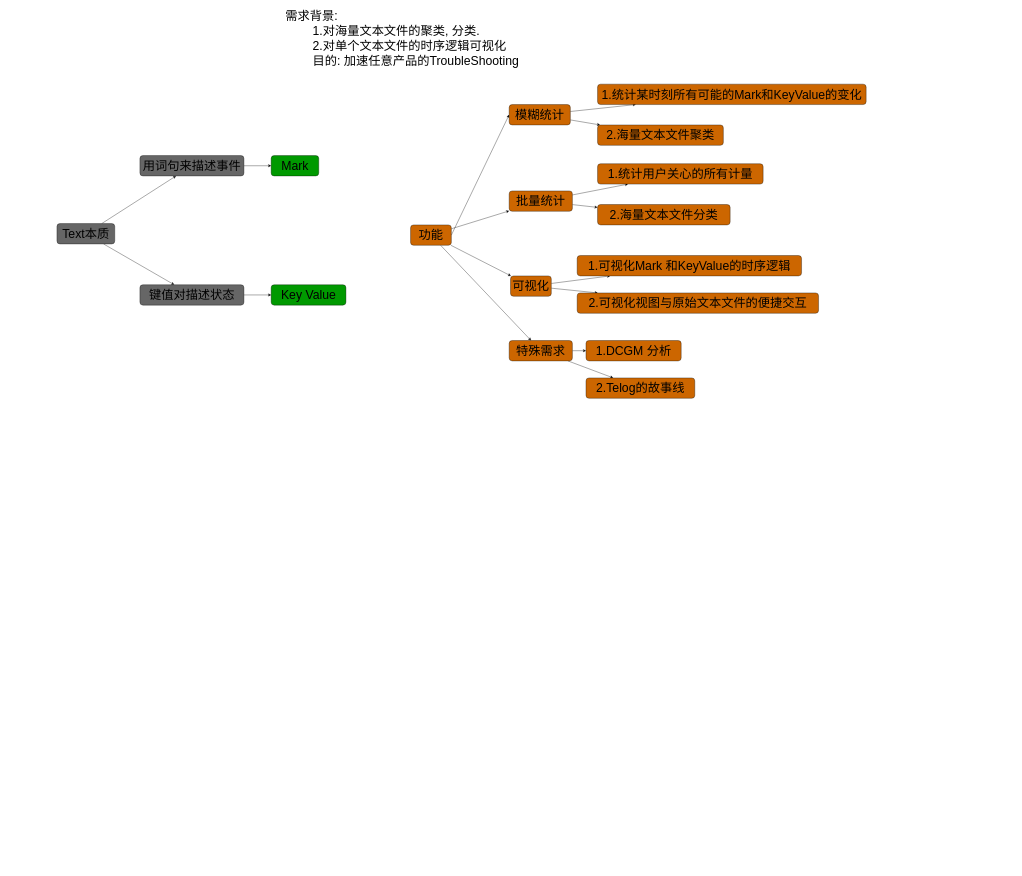
Before: page "Demand" (1 of 4) of requirement_analysis.drawio in dj-lei/eric_toolsets, a draw.io diagram. Source tidied: cells renumbered, new cells numbered last; positions are measured from the earlier drawing's top-left corner, leaving out a move shared by most shapes. Both pictures are drawn from the tidied source at 34%, with x=0, y=0 at pixel (57, 6).
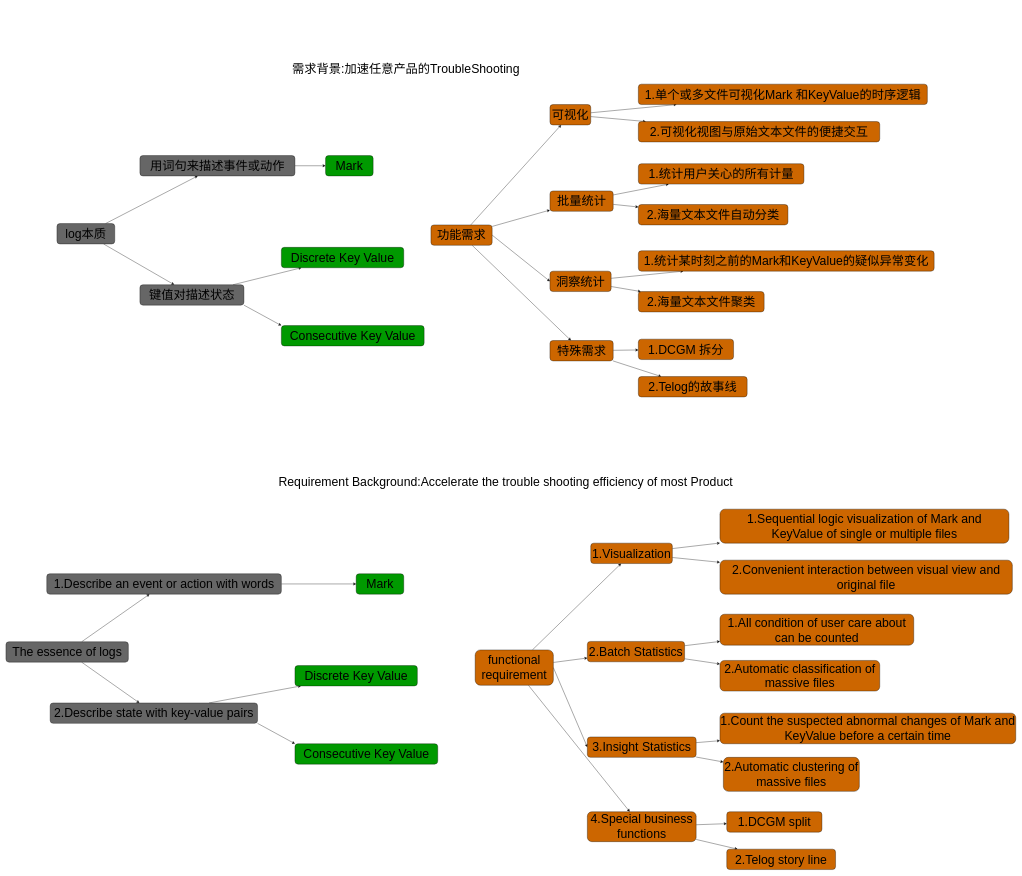
The same page after the edit.

Unchanged cells that the change refers to:
```xml
<mxCell id="34" value="键值对描述状态" style="rounded=1;whiteSpace=wrap;html=1;fontSize=36;fillColor=#666666;" parent="1" vertex="1">
  <mxGeometry x="244" y="820" width="306" height="60" as="geometry" />
</mxCell>
```

The edit, as a diff of the source:
```diff
@@
-    <mxCell id="2" value="&lt;font style=&quot;&quot;&gt;&lt;font style=&quot;font-size: 36px;&quot;&gt;需求背景:&lt;br&gt;&lt;span style=&quot;white-space: pre;&quot;&gt;&#9;&lt;/span&gt;1.对海量文本文件的聚类, 分类. &lt;br&gt;&lt;span style=&quot;white-space: pre;&quot;&gt;&#9;&lt;/span&gt;2.对单个文本文件的时序逻辑可视化&amp;nbsp; &lt;br&gt;&lt;span style=&quot;white-space: pre;&quot;&gt;&#9;&lt;/span&gt;目的: 加速任意产品的TroubleShooting&lt;/font&gt;&lt;br&gt;&lt;/font&gt;" style="text;html=1;align=left;verticalAlign=middle;strokeColor=none;fillColor=none;" parent="1" vertex="1">
-      <mxGeometry x="670" width="710" height="190" as="geometry" />
+    <mxCell id="2" value="&lt;font style=&quot;&quot;&gt;&lt;font style=&quot;font-size: 36px;&quot;&gt;需求背景:加速任意产品的TroubleShooting&lt;/font&gt;&lt;br&gt;&lt;/font&gt;" style="text;html=1;align=left;verticalAlign=middle;strokeColor=none;fillColor=none;" parent="1" vertex="1">
+      <mxGeometry x="690" y="155" width="690" height="60" as="geometry" />
     </mxCell>
@@
-    <mxCell id="7" value="功能" style="rounded=1;whiteSpace=wrap;html=1;fontSize=36;fillColor=#CC6600;" parent="1" vertex="1">
-      <mxGeometry x="1040" y="644" width="120" height="60" as="geometry" />
+    <mxCell id="7" value="功能需求" style="rounded=1;whiteSpace=wrap;html=1;fontSize=36;fillColor=#CC6600;" parent="1" vertex="1">
+      <mxGeometry x="1100" y="644" width="180" height="60" as="geometry" />
     </mxCell>
@@
-    <mxCell id="10" value="模糊统计" style="rounded=1;whiteSpace=wrap;html=1;fontSize=36;fillColor=#CC6600;" parent="1" vertex="1">
-      <mxGeometry x="1330" y="290" width="180" height="60" as="geometry" />
+    <mxCell id="10" value="洞察统计" style="rounded=1;whiteSpace=wrap;html=1;fontSize=36;fillColor=#CC6600;" parent="1" vertex="1">
+      <mxGeometry x="1450" y="780" width="180" height="60" as="geometry" />
     </mxCell>
     <mxCell id="11" value="2.海量文本文件聚类" style="rounded=1;whiteSpace=wrap;html=1;fontSize=36;fillColor=#CC6600;" parent="1" vertex="1">
-      <mxGeometry x="1590" y="350" width="370" height="60" as="geometry" />
+      <mxGeometry x="1710" y="840" width="370" height="60" as="geometry" />
     </mxCell>
-    <mxCell id="12" value="1.统计某时刻所有可能的Mark和KeyValue的变化" style="rounded=1;whiteSpace=wrap;html=1;fontSize=36;fillColor=#CC6600;" parent="1" vertex="1">
-      <mxGeometry x="1590" y="230" width="790" height="60" as="geometry" />
+    <mxCell id="12" value="1.统计某时刻之前的Mark和KeyValue的疑似异常变化" style="rounded=1;whiteSpace=wrap;html=1;fontSize=36;fillColor=#CC6600;" parent="1" vertex="1">
+      <mxGeometry x="1710" y="720" width="870" height="60" as="geometry" />
     </mxCell>
@@
     <mxCell id="15" value="批量统计" style="rounded=1;whiteSpace=wrap;html=1;fontSize=36;fillColor=#CC6600;" parent="1" vertex="1">
-      <mxGeometry x="1330" y="544" width="186" height="60" as="geometry" />
+      <mxGeometry x="1450" y="544" width="186" height="60" as="geometry" />
     </mxCell>
     <mxCell id="16" value="1.统计用户关心的所有计量" style="rounded=1;whiteSpace=wrap;html=1;fontSize=36;fillColor=#CC6600;" parent="1" vertex="1">
-      <mxGeometry x="1590" y="464" width="487" height="60" as="geometry" />
+      <mxGeometry x="1710" y="464" width="487" height="60" as="geometry" />
     </mxCell>
-    <mxCell id="17" value="2.海量文本文件分类" style="rounded=1;whiteSpace=wrap;html=1;fontSize=36;fillColor=#CC6600;" parent="1" vertex="1">
-      <mxGeometry x="1590" y="584" width="390" height="60" as="geometry" />
+    <mxCell id="17" value="2.海量文本文件自动分类" style="rounded=1;whiteSpace=wrap;html=1;fontSize=36;fillColor=#CC6600;" parent="1" vertex="1">
+      <mxGeometry x="1710" y="584" width="440" height="60" as="geometry" />
     </mxCell>
@@
     <mxCell id="20" value="可视化" style="rounded=1;whiteSpace=wrap;html=1;fontSize=36;fillColor=#CC6600;" parent="1" vertex="1">
-      <mxGeometry x="1334" y="794" width="120" height="60" as="geometry" />
+      <mxGeometry x="1450" y="290" width="120" height="60" as="geometry" />
     </mxCell>
-    <mxCell id="21" value="1.可视化Mark 和KeyValue的时序逻辑" style="rounded=1;whiteSpace=wrap;html=1;fontSize=36;fillColor=#CC6600;" parent="1" vertex="1">
-      <mxGeometry x="1530" y="734" width="660" height="60" as="geometry" />
+    <mxCell id="21" value="1.单个或多文件可视化Mark 和KeyValue的时序逻辑" style="rounded=1;whiteSpace=wrap;html=1;fontSize=36;fillColor=#CC6600;" parent="1" vertex="1">
+      <mxGeometry x="1710" y="230" width="850" height="60" as="geometry" />
     </mxCell>
     <mxCell id="22" value="2.可视化视图与原始文本文件的便捷交互" style="rounded=1;whiteSpace=wrap;html=1;fontSize=36;fillColor=#CC6600;" parent="1" vertex="1">
-      <mxGeometry x="1530" y="844" width="710" height="60" as="geometry" />
+      <mxGeometry x="1710" y="340" width="710" height="60" as="geometry" />
     </mxCell>
@@
     <mxCell id="25" value="特殊需求" style="rounded=1;whiteSpace=wrap;html=1;fontSize=36;fillColor=#CC6600;" parent="1" vertex="1">
-      <mxGeometry x="1330" y="984" width="186" height="60" as="geometry" />
+      <mxGeometry x="1450" y="984" width="186" height="60" as="geometry" />
     </mxCell>
-    <mxCell id="26" value="1.DCGM 分析" style="rounded=1;whiteSpace=wrap;html=1;fontSize=36;fillColor=#CC6600;" parent="1" vertex="1">
-      <mxGeometry x="1556" y="984" width="280" height="60" as="geometry" />
+    <mxCell id="26" value="1.DCGM 拆分" style="rounded=1;whiteSpace=wrap;html=1;fontSize=36;fillColor=#CC6600;" parent="1" vertex="1">
+      <mxGeometry x="1710" y="980" width="280" height="60" as="geometry" />
     </mxCell>
     <mxCell id="27" value="2.Telog的故事线" style="rounded=1;whiteSpace=wrap;html=1;fontSize=36;fillColor=#CC6600;" parent="1" vertex="1">
-      <mxGeometry x="1556" y="1094" width="320" height="60" as="geometry" />
+      <mxGeometry x="1710" y="1090" width="320" height="60" as="geometry" />
     </mxCell>
@@
-    <mxCell id="30" value="Text本质" style="rounded=1;whiteSpace=wrap;html=1;fontSize=36;fillColor=#666666;" parent="1" vertex="1">
+    <mxCell id="30" value="log本质" style="rounded=1;whiteSpace=wrap;html=1;fontSize=36;fillColor=#666666;" parent="1" vertex="1">
       <mxGeometry y="640" width="170" height="60" as="geometry" />
     </mxCell>
@@
-    <mxCell id="32" value="用词句来描述事件" style="rounded=1;whiteSpace=wrap;html=1;fontSize=36;fillColor=#666666;" parent="1" vertex="1">
-      <mxGeometry x="244" y="440" width="306" height="60" as="geometry" />
+    <mxCell id="32" value="用词句来描述事件或动作" style="rounded=1;whiteSpace=wrap;html=1;fontSize=36;fillColor=#666666;" parent="1" vertex="1">
+      <mxGeometry x="244" y="440" width="456" height="60" as="geometry" />
     </mxCell>
@@
+    <mxCell id="37" style="edgeStyle=none;rounded=0;jettySize=auto;html=1;exitX=1;exitY=1;exitDx=0;exitDy=0;entryX=0;entryY=0;entryDx=0;entryDy=0;" parent="1" edge="1" source="34" target="38">
+      <mxGeometry relative="1" as="geometry" />
+    </mxCell>
@@
     <mxCell id="35" value="Mark" style="rounded=1;whiteSpace=wrap;html=1;fontSize=36;fillColor=#009900;" parent="1" vertex="1">
-      <mxGeometry x="630" y="440" width="140" height="60" as="geometry" />
+      <mxGeometry x="790" y="440" width="140" height="60" as="geometry" />
     </mxCell>
-    <mxCell id="36" value="Key Value" style="rounded=1;whiteSpace=wrap;html=1;fontSize=36;fillColor=#009900;" parent="1" vertex="1">
-      <mxGeometry x="630" y="820" width="220" height="60" as="geometry" />
+    <mxCell id="36" value="Discrete Key Value" style="rounded=1;whiteSpace=wrap;html=1;fontSize=36;fillColor=#009900;" parent="1" vertex="1">
+      <mxGeometry x="660" y="710" width="360" height="60" as="geometry" />
     </mxCell>
+    <mxCell id="38" value="Consecutive Key Value" style="rounded=1;whiteSpace=wrap;html=1;fontSize=36;fillColor=#009900;" parent="1" vertex="1">
+      <mxGeometry x="660" y="940" width="420" height="60" as="geometry" />
+    </mxCell>
+    <mxCell id="39" value="&lt;font style=&quot;&quot;&gt;&lt;font style=&quot;font-size: 36px;&quot;&gt;Requirement Background:Accelerate the trouble shooting efficiency of most Product&lt;/font&gt;&lt;br&gt;&lt;/font&gt;" style="text;html=1;align=left;verticalAlign=middle;strokeColor=none;fillColor=none;" parent="1" vertex="1">
+      <mxGeometry x="650" y="1370" width="1360" height="60" as="geometry" />
+    </mxCell>
+    <mxCell id="40" style="edgeStyle=none;rounded=0;jettySize=auto;html=1;fontSize=36;" parent="1" edge="1" source="42" target="44">
+      <mxGeometry relative="1" as="geometry" />
+    </mxCell>
+    <mxCell id="41" style="edgeStyle=none;rounded=0;jettySize=auto;html=1;fontSize=36;" parent="1" edge="1" source="42" target="47">
+      <mxGeometry relative="1" as="geometry" />
+    </mxCell>
+    <mxCell id="42" value="The essence of logs" style="rounded=1;whiteSpace=wrap;html=1;fontSize=36;fillColor=#666666;" parent="1" vertex="1">
+      <mxGeometry x="-150" y="1870" width="360" height="60" as="geometry" />
+    </mxCell>
+    <mxCell id="43" style="edgeStyle=none;rounded=0;jettySize=auto;html=1;fontSize=36;" parent="1" edge="1" source="44" target="48">
+      <mxGeometry relative="1" as="geometry" />
+    </mxCell>
+    <mxCell id="44" value="1.Describe an event or action with words" style="rounded=1;whiteSpace=wrap;html=1;fontSize=36;fillColor=#666666;" parent="1" vertex="1">
+      <mxGeometry x="-30" y="1670" width="690" height="60" as="geometry" />
+    </mxCell>
+    <mxCell id="45" style="edgeStyle=none;rounded=0;jettySize=auto;html=1;fontSize=36;" parent="1" edge="1" source="47" target="49">
+      <mxGeometry relative="1" as="geometry" />
+    </mxCell>
+    <mxCell id="46" style="edgeStyle=none;rounded=0;jettySize=auto;html=1;exitX=1;exitY=1;exitDx=0;exitDy=0;entryX=0;entryY=0;entryDx=0;entryDy=0;" parent="1" edge="1" source="47" target="50">
+      <mxGeometry relative="1" as="geometry" />
+    </mxCell>
+    <mxCell id="47" value="2.Describe state with key-value pairs" style="rounded=1;whiteSpace=wrap;html=1;fontSize=36;fillColor=#666666;" parent="1" vertex="1">
+      <mxGeometry x="-20" y="2050" width="610" height="60" as="geometry" />
+    </mxCell>
+    <mxCell id="48" value="Mark" style="rounded=1;whiteSpace=wrap;html=1;fontSize=36;fillColor=#009900;" parent="1" vertex="1">
+      <mxGeometry x="880" y="1670" width="140" height="60" as="geometry" />
+    </mxCell>
+    <mxCell id="49" value="Discrete Key Value" style="rounded=1;whiteSpace=wrap;html=1;fontSize=36;fillColor=#009900;" parent="1" vertex="1">
+      <mxGeometry x="700" y="1940" width="360" height="60" as="geometry" />
+    </mxCell>
+    <mxCell id="50" value="Consecutive Key Value" style="rounded=1;whiteSpace=wrap;html=1;fontSize=36;fillColor=#009900;" parent="1" vertex="1">
+      <mxGeometry x="700" y="2170" width="420" height="60" as="geometry" />
+    </mxCell>
+    <mxCell id="51" style="edgeStyle=none;rounded=0;jettySize=auto;html=1;exitX=1;exitY=0.5;exitDx=0;exitDy=0;entryX=0;entryY=0.5;entryDx=0;entryDy=0;fontSize=36;" parent="1" edge="1" source="55" target="58">
+      <mxGeometry relative="1" as="geometry" />
+    </mxCell>
+    <mxCell id="52" style="edgeStyle=none;rounded=0;jettySize=auto;html=1;fontSize=36;" parent="1" edge="1" source="55" target="63">
+      <mxGeometry relative="1" as="geometry" />
+    </mxCell>
+    <mxCell id="53" style="edgeStyle=none;rounded=0;jettySize=auto;html=1;fontSize=36;" parent="1" edge="1" source="55" target="68">
+      <mxGeometry relative="1" as="geometry" />
+    </mxCell>
+    <mxCell id="54" style="edgeStyle=none;rounded=0;jettySize=auto;html=1;fontSize=36;" parent="1" edge="1" source="55" target="73">
+      <mxGeometry relative="1" as="geometry" />
+    </mxCell>
+    <mxCell id="55" value="functional requirement" style="rounded=1;whiteSpace=wrap;html=1;fontSize=36;fillColor=#CC6600;" parent="1" vertex="1">
+      <mxGeometry x="1230" y="1894" width="230" height="104" as="geometry" />
+    </mxCell>
+    <mxCell id="56" style="edgeStyle=none;rounded=0;jettySize=auto;html=1;fontSize=36;" parent="1" edge="1" source="58" target="59">
+      <mxGeometry relative="1" as="geometry" />
+    </mxCell>
+    <mxCell id="57" style="edgeStyle=none;rounded=0;jettySize=auto;html=1;fontSize=36;" parent="1" edge="1" source="58" target="60">
+      <mxGeometry relative="1" as="geometry" />
+    </mxCell>
+    <mxCell id="58" value="3.Insight Statistics" style="rounded=1;whiteSpace=wrap;html=1;fontSize=36;fillColor=#CC6600;" parent="1" vertex="1">
+      <mxGeometry x="1560" y="2150" width="320" height="60" as="geometry" />
+    </mxCell>
+    <mxCell id="59" value="2.Automatic clustering of massive files" style="rounded=1;whiteSpace=wrap;html=1;fontSize=36;fillColor=#CC6600;" parent="1" vertex="1">
+      <mxGeometry x="1960" y="2210" width="400" height="100" as="geometry" />
+    </mxCell>
+    <mxCell id="60" value="1.Count the suspected abnormal changes of Mark and KeyValue before a certain time" style="rounded=1;whiteSpace=wrap;html=1;fontSize=36;fillColor=#CC6600;" parent="1" vertex="1">
+      <mxGeometry x="1950" y="2080" width="870" height="90" as="geometry" />
+    </mxCell>
+    <mxCell id="61" style="edgeStyle=none;rounded=0;jettySize=auto;html=1;fontSize=36;" parent="1" edge="1" source="63" target="64">
+      <mxGeometry relative="1" as="geometry" />
+    </mxCell>
+    <mxCell id="62" style="edgeStyle=none;rounded=0;jettySize=auto;html=1;fontSize=36;" parent="1" edge="1" source="63" target="65">
+      <mxGeometry relative="1" as="geometry" />
+    </mxCell>
+    <mxCell id="63" value="2.Batch Statistics" style="rounded=1;whiteSpace=wrap;html=1;fontSize=36;fillColor=#CC6600;" parent="1" vertex="1">
+      <mxGeometry x="1560" y="1869" width="286" height="60" as="geometry" />
+    </mxCell>
+    <mxCell id="64" value="1.All condition of user care about can be counted" style="rounded=1;whiteSpace=wrap;html=1;fontSize=36;fillColor=#CC6600;" parent="1" vertex="1">
+      <mxGeometry x="1950" y="1789" width="570" height="91" as="geometry" />
+    </mxCell>
+    <mxCell id="65" value="2.Automatic classification of massive files" style="rounded=1;whiteSpace=wrap;html=1;fontSize=36;fillColor=#CC6600;" parent="1" vertex="1">
+      <mxGeometry x="1950" y="1925" width="470" height="90" as="geometry" />
+    </mxCell>
+    <mxCell id="66" style="edgeStyle=none;rounded=0;jettySize=auto;html=1;fontSize=36;" parent="1" edge="1" source="68" target="69">
+      <mxGeometry relative="1" as="geometry" />
+    </mxCell>
+    <mxCell id="67" style="edgeStyle=none;rounded=0;jettySize=auto;html=1;fontSize=36;" parent="1" edge="1" source="68" target="70">
+      <mxGeometry relative="1" as="geometry" />
+    </mxCell>
+    <mxCell id="68" value="1.Visualization" style="rounded=1;whiteSpace=wrap;html=1;fontSize=36;fillColor=#CC6600;" parent="1" vertex="1">
+      <mxGeometry x="1570" y="1580" width="240" height="60" as="geometry" />
+    </mxCell>
+    <mxCell id="69" value="1.Sequential logic visualization of Mark and KeyValue of single or multiple files" style="rounded=1;whiteSpace=wrap;html=1;fontSize=36;fillColor=#CC6600;" parent="1" vertex="1">
+      <mxGeometry x="1950" y="1480" width="850" height="100" as="geometry" />
+    </mxCell>
+    <mxCell id="70" value="2.Convenient interaction between visual view and original file" style="rounded=1;whiteSpace=wrap;html=1;fontSize=36;fillColor=#CC6600;" parent="1" vertex="1">
+      <mxGeometry x="1950" y="1630" width="860" height="100" as="geometry" />
+    </mxCell>
+    <mxCell id="71" style="edgeStyle=none;rounded=0;jettySize=auto;html=1;fontSize=36;" parent="1" edge="1" source="73" target="74">
+      <mxGeometry relative="1" as="geometry" />
+    </mxCell>
+    <mxCell id="72" style="edgeStyle=none;rounded=0;jettySize=auto;html=1;fontSize=36;" parent="1" edge="1" source="73" target="75">
+      <mxGeometry relative="1" as="geometry" />
+    </mxCell>
+    <mxCell id="73" value="4.Special business functions" style="rounded=1;whiteSpace=wrap;html=1;fontSize=36;fillColor=#CC6600;" parent="1" vertex="1">
+      <mxGeometry x="1560" y="2370" width="320" height="88" as="geometry" />
+    </mxCell>
+    <mxCell id="74" value="1.DCGM split" style="rounded=1;whiteSpace=wrap;html=1;fontSize=36;fillColor=#CC6600;" parent="1" vertex="1">
+      <mxGeometry x="1970" y="2370" width="280" height="60" as="geometry" />
+    </mxCell>
+    <mxCell id="75" value="2.Telog story line" style="rounded=1;whiteSpace=wrap;html=1;fontSize=36;fillColor=#CC6600;" parent="1" vertex="1">
+      <mxGeometry x="1970" y="2480" width="320" height="60" as="geometry" />
+    </mxCell>
```
